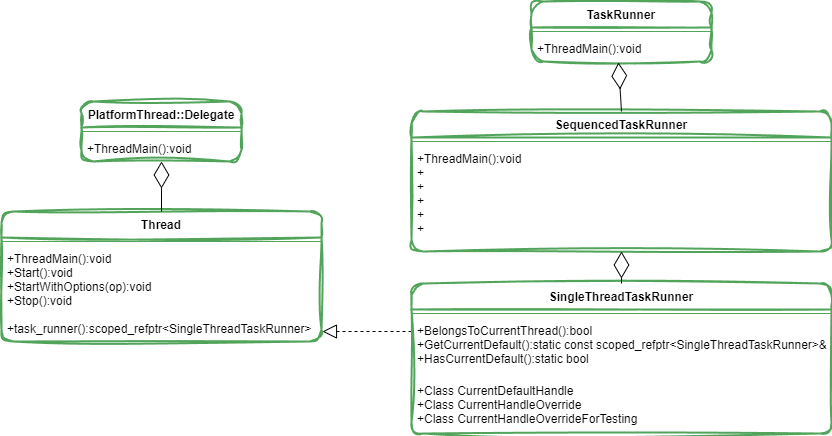
Before: chromium/chromium/IPC/01thread/markdownimage/1.drawio.png, a diagram exported from draw.io (Oreoxp/StudyDiary). Source tidied: cells renumbered, new cells last; positions are measured from the earlier drawing's top-left corner, leaving out a move shared by most shapes.
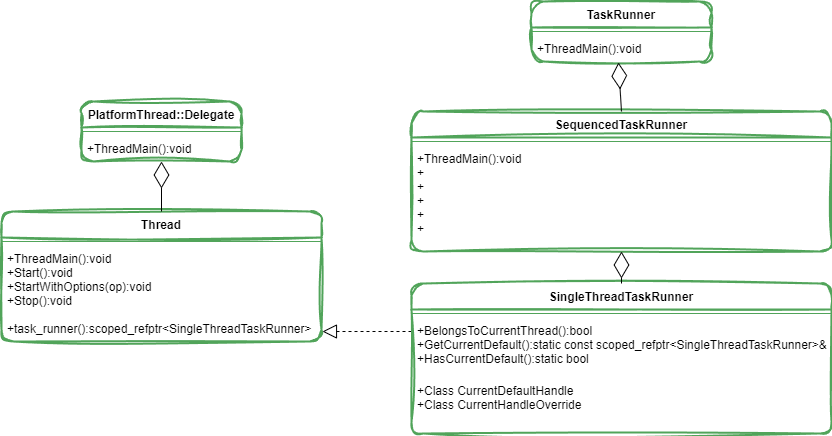
Later version of the same file.

Diff of the diagram source:
```diff
@@ -34,7 +34,7 @@
     <mxCell id="11" value="+BelongsToCurrentThread():bool&#10;+GetCurrentDefault():static const scoped_refptr&lt;SingleThreadTaskRunner&gt;&amp;&#10;+HasCurrentDefault():static bool" style="text;strokeColor=none;fillColor=none;align=left;verticalAlign=top;spacingLeft=4;spacingRight=4;overflow=hidden;" parent="9" vertex="1">
       <mxGeometry y="34" width="420" height="60" as="geometry" />
     </mxCell>
-    <mxCell id="12" value="+Class CurrentDefaultHandle&#10;+Class CurrentHandleOverride&#10;+Class CurrentHandleOverrideForTesting" style="text;strokeColor=none;fillColor=none;align=left;verticalAlign=top;spacingLeft=4;spacingRight=4;overflow=hidden;" parent="9" vertex="1">
+    <mxCell id="12" value="+Class CurrentDefaultHandle&#10;+Class CurrentHandleOverride" style="text;strokeColor=none;fillColor=none;align=left;verticalAlign=top;spacingLeft=4;spacingRight=4;overflow=hidden;" parent="9" vertex="1">
       <mxGeometry y="94" width="420" height="56" as="geometry" />
     </mxCell>
     <mxCell id="13" value="SequencedTaskRunner " style="swimlane;fontStyle=1;align=center;verticalAlign=top;horizontal=1;startSize=26;rounded=1;sketch=1;curveFitting=1;jiggle=2;shadow=0;glass=0;strokeWidth=2;strokeColor=#51a45a;" parent="1" vertex="1">
```
